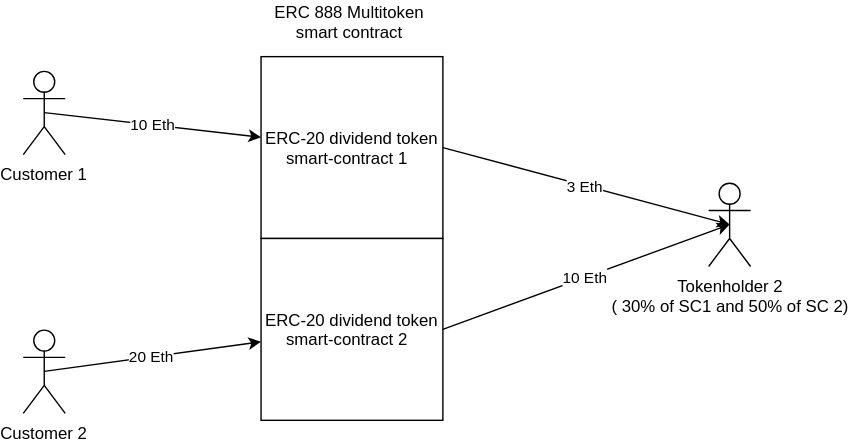
Before: docs/images/multitoken/image2_m.svg, a diagram exported from draw.io (BANKEX/asset-toolkit). Source tidied: cells renumbered, new cells last; positions are measured from the earlier drawing's top-left corner, leaving out a move shared by most shapes. The source it was exported from:
```xml
<mxGraphModel background="#ffffff">
  <root>
    <mxCell id="0" />
    <mxCell id="1" parent="0" />
    <mxCell id="2" value="ERC-20 dividend token smart-contract 1 &amp;nbsp;" style="rounded=0;whiteSpace=wrap;html=1;" parent="1" vertex="1">
      <mxGeometry x="170" y="40" width="130" height="130" as="geometry" />
    </mxCell>
    <mxCell id="3" value="Tokenholder 2&lt;br&gt;( 30% of SC1 and 50% of SC 2)&lt;br&gt;&lt;br&gt;" style="shape=umlActor;verticalLabelPosition=bottom;labelBackgroundColor=#ffffff;verticalAlign=top;html=1;outlineConnect=0;" parent="1" vertex="1">
      <mxGeometry x="490" y="130" width="30" height="60" as="geometry" />
    </mxCell>
    <mxCell id="4" value="3 Eth" style="endArrow=classic;html=1;exitX=1;exitY=0.5;entryX=0.5;entryY=0.5;entryPerimeter=0;" parent="1" edge="1" source="2" target="3">
      <mxGeometry relative="1" as="geometry" />
    </mxCell>
    <mxCell id="5" value="&lt;span&gt;ERC-20 dividend token smart-contract 2 &amp;nbsp;&lt;/span&gt;" style="whiteSpace=wrap;html=1;" parent="1" vertex="1">
      <mxGeometry x="170" y="170" width="130" height="130" as="geometry" />
    </mxCell>
    <mxCell id="6" value="ERC 888 Multitoken &lt;br&gt;smart contract" style="text;html=1;align=center;verticalAlign=middle;fillColor=none;strokeColor=none;rounded=0;" parent="1" vertex="1">
      <mxGeometry x="170" width="130" height="30" as="geometry" />
    </mxCell>
    <mxCell id="7" value="10 Eth" style="endArrow=classic;html=1;entryX=0.5;entryY=0.5;entryPerimeter=0;exitX=1;exitY=0.5;" parent="1" edge="1" source="5" target="3">
      <mxGeometry relative="1" as="geometry" />
    </mxCell>
    <mxCell id="8" value="Customer 1&lt;br&gt;" style="shape=umlActor;verticalLabelPosition=bottom;labelBackgroundColor=#ffffff;verticalAlign=top;html=1;outlineConnect=0;" parent="1" vertex="1">
      <mxGeometry y="50" width="30" height="60" as="geometry" />
    </mxCell>
    <mxCell id="9" value="Customer 2&lt;br&gt;" style="shape=umlActor;verticalLabelPosition=bottom;labelBackgroundColor=#ffffff;verticalAlign=top;html=1;outlineConnect=0;" parent="1" vertex="1">
      <mxGeometry y="235" width="30" height="60" as="geometry" />
    </mxCell>
    <mxCell id="10" value="10 Eth" style="endArrow=classic;html=1;exitX=0.5;exitY=0.5;exitPerimeter=0;" parent="1" edge="1" source="8" target="2">
      <mxGeometry relative="1" as="geometry" />
    </mxCell>
    <mxCell id="11" value="20 Eth" style="endArrow=classic;html=1;exitX=0.5;exitY=0.5;exitPerimeter=0;" parent="1" edge="1" source="9" target="5">
      <mxGeometry relative="1" as="geometry" />
    </mxCell>
  </root>
</mxGraphModel>
```
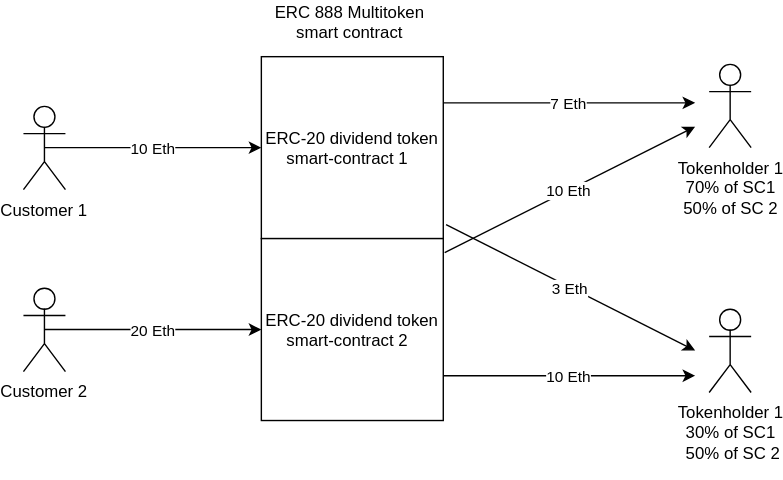
The same file after the commit.

What changed in the source:
```diff
@@ -5,11 +5,13 @@
     <mxCell id="2" value="ERC-20 dividend token smart-contract 1 &amp;nbsp;" style="rounded=0;whiteSpace=wrap;html=1;" parent="1" vertex="1">
       <mxGeometry x="170" y="40" width="130" height="130" as="geometry" />
     </mxCell>
-    <mxCell id="3" value="Tokenholder 2&lt;br&gt;( 30% of SC1 and 50% of SC 2)&lt;br&gt;&lt;br&gt;" style="shape=umlActor;verticalLabelPosition=bottom;labelBackgroundColor=#ffffff;verticalAlign=top;html=1;outlineConnect=0;" parent="1" vertex="1">
-      <mxGeometry x="490" y="130" width="30" height="60" as="geometry" />
+    <mxCell id="3" value="Tokenholder 1&lt;br&gt;70% of SC1&lt;br&gt;50% of SC 2&lt;br&gt;&lt;br&gt;" style="shape=umlActor;verticalLabelPosition=bottom;labelBackgroundColor=#ffffff;verticalAlign=top;html=1;outlineConnect=0;" parent="1" vertex="1">
+      <mxGeometry x="490" y="45" width="30" height="60" as="geometry" />
     </mxCell>
-    <mxCell id="4" value="3 Eth" style="endArrow=classic;html=1;exitX=1;exitY=0.5;entryX=0.5;entryY=0.5;entryPerimeter=0;" parent="1" edge="1" source="2" target="3">
-      <mxGeometry relative="1" as="geometry" />
+    <mxCell id="4" value="7 Eth" style="endArrow=classic;html=1;exitX=1;exitY=0.25;" parent="1" edge="1" source="2">
+      <mxGeometry relative="1" as="geometry">
+        <mxPoint x="480" y="73" as="targetPoint" />
+      </mxGeometry>
     </mxCell>
     <mxCell id="5" value="&lt;span&gt;ERC-20 dividend token smart-contract 2 &amp;nbsp;&lt;/span&gt;" style="whiteSpace=wrap;html=1;" parent="1" vertex="1">
       <mxGeometry x="170" y="170" width="130" height="130" as="geometry" />
@@ -17,14 +19,16 @@
     <mxCell id="6" value="ERC 888 Multitoken &lt;br&gt;smart contract" style="text;html=1;align=center;verticalAlign=middle;fillColor=none;strokeColor=none;rounded=0;" parent="1" vertex="1">
       <mxGeometry x="170" width="130" height="30" as="geometry" />
     </mxCell>
-    <mxCell id="7" value="10 Eth" style="endArrow=classic;html=1;entryX=0.5;entryY=0.5;entryPerimeter=0;exitX=1;exitY=0.5;" parent="1" edge="1" source="5" target="3">
-      <mxGeometry relative="1" as="geometry" />
+    <mxCell id="7" value="10 Eth" style="endArrow=classic;html=1;exitX=1.008;exitY=0.077;exitPerimeter=0;" parent="1" edge="1" source="5">
+      <mxGeometry relative="1" as="geometry">
+        <mxPoint x="480" y="90" as="targetPoint" />
+      </mxGeometry>
     </mxCell>
     <mxCell id="8" value="Customer 1&lt;br&gt;" style="shape=umlActor;verticalLabelPosition=bottom;labelBackgroundColor=#ffffff;verticalAlign=top;html=1;outlineConnect=0;" parent="1" vertex="1">
-      <mxGeometry y="50" width="30" height="60" as="geometry" />
+      <mxGeometry y="75" width="30" height="60" as="geometry" />
     </mxCell>
     <mxCell id="9" value="Customer 2&lt;br&gt;" style="shape=umlActor;verticalLabelPosition=bottom;labelBackgroundColor=#ffffff;verticalAlign=top;html=1;outlineConnect=0;" parent="1" vertex="1">
-      <mxGeometry y="235" width="30" height="60" as="geometry" />
+      <mxGeometry y="205" width="30" height="60" as="geometry" />
     </mxCell>
     <mxCell id="10" value="10 Eth" style="endArrow=classic;html=1;exitX=0.5;exitY=0.5;exitPerimeter=0;" parent="1" edge="1" source="8" target="2">
       <mxGeometry relative="1" as="geometry" />
@@ -32,5 +36,18 @@
     <mxCell id="11" value="20 Eth" style="endArrow=classic;html=1;exitX=0.5;exitY=0.5;exitPerimeter=0;" parent="1" edge="1" source="9" target="5">
       <mxGeometry relative="1" as="geometry" />
     </mxCell>
+    <mxCell id="12" value="Tokenholder 1&lt;br&gt;30% of SC1&lt;br&gt;&amp;nbsp;50% of SC 2&lt;br&gt;&lt;br&gt;" style="shape=umlActor;verticalLabelPosition=bottom;labelBackgroundColor=#ffffff;verticalAlign=top;html=1;" parent="1" vertex="1">
+      <mxGeometry x="490" y="220" width="30" height="60" as="geometry" />
+    </mxCell>
+    <mxCell id="13" value="3 Eth&lt;br&gt;" style="endArrow=classic;html=1;exitX=1.015;exitY=0.923;exitPerimeter=0;" parent="1" edge="1" source="2">
+      <mxGeometry relative="1" as="geometry">
+        <mxPoint x="480" y="250" as="targetPoint" />
+      </mxGeometry>
+    </mxCell>
+    <mxCell id="14" value="10 Eth" style="endArrow=classic;html=1;exitX=1;exitY=0.75;" parent="1" edge="1" source="5">
+      <mxGeometry relative="1" as="geometry">
+        <mxPoint x="480" y="268" as="targetPoint" />
+      </mxGeometry>
+    </mxCell>
   </root>
 </mxGraphModel>
```
